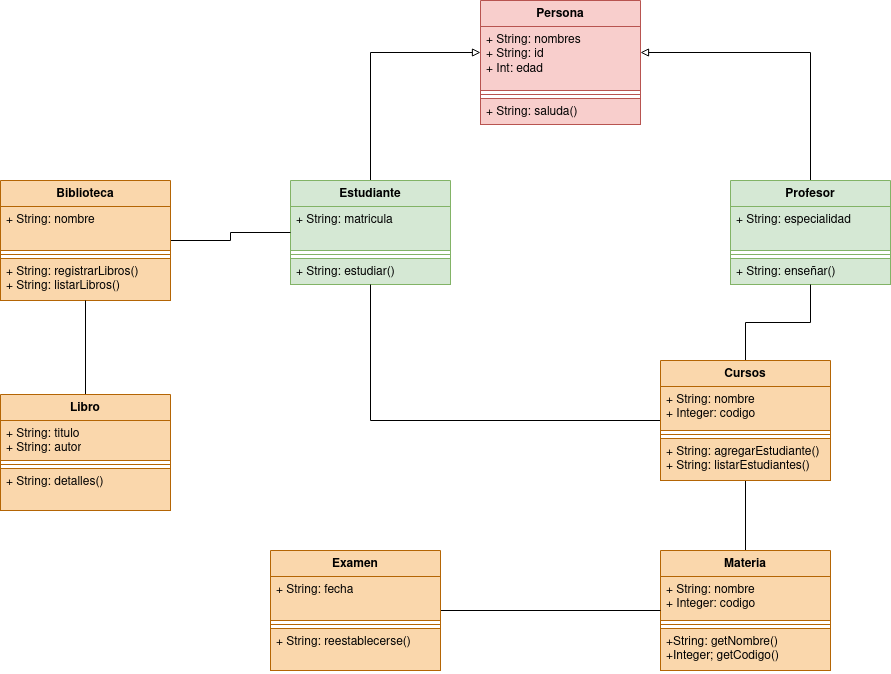
Earlier version of the draw.io export imagenes/diagrama-clases.png (alejandrosalazargonzalez/gestion-academica). Source tidied: cells renumbered, new cells last; positions are measured from the earlier drawing's top-left corner, leaving out a move shared by most shapes. Source of this version:
```xml
<mxGraphModel>
  <root>
    <mxCell id="0" />
    <mxCell id="1" parent="0" />
    <mxCell id="2" value="Persona" style="swimlane;fontStyle=1;align=center;verticalAlign=top;horizontal=1;startSize=26;whiteSpace=wrap;html=1;fillColor=#f8cecc;strokeColor=#b85450;" parent="1" vertex="1">
      <mxGeometry x="480" width="160" height="124" as="geometry" />
    </mxCell>
    <mxCell id="3" value="&lt;div&gt;+ String: nombres&lt;/div&gt;&lt;div&gt;+ String: id&lt;br&gt;&lt;/div&gt;&lt;div&gt;+ Int: edad&lt;br&gt;&lt;/div&gt;" style="text;strokeColor=#b85450;fillColor=#f8cecc;align=left;verticalAlign=top;spacingLeft=4;spacingRight=4;overflow=hidden;whiteSpace=wrap;html=1;" parent="2" vertex="1">
      <mxGeometry y="26" width="160" height="64" as="geometry" />
    </mxCell>
    <mxCell id="4" style="line;strokeWidth=1;fillColor=#f8cecc;align=left;verticalAlign=middle;spacingTop=-1;spacingLeft=3;spacingRight=3;labelPosition=right;strokeColor=#b85450;" parent="2" vertex="1">
      <mxGeometry y="90" width="160" height="8" as="geometry" />
    </mxCell>
    <mxCell id="5" value="+ String: saluda()" style="text;strokeColor=#b85450;fillColor=#f8cecc;align=left;verticalAlign=top;spacingLeft=4;spacingRight=4;overflow=hidden;whiteSpace=wrap;html=1;" parent="2" vertex="1">
      <mxGeometry y="98" width="160" height="26" as="geometry" />
    </mxCell>
    <mxCell id="6" style="edgeStyle=orthogonalEdgeStyle;rounded=0;jettySize=auto;html=1;endArrow=block;endFill=0;strokeWidth=1;" parent="1" edge="1" source="7" target="2">
      <mxGeometry relative="1" as="geometry">
        <Array as="points">
          <mxPoint x="370" y="52" />
        </Array>
      </mxGeometry>
    </mxCell>
    <mxCell id="7" value="Estudiante" style="swimlane;fontStyle=1;align=center;verticalAlign=top;horizontal=1;startSize=26;whiteSpace=wrap;html=1;fillColor=#d5e8d4;strokeColor=#82b366;" parent="1" vertex="1">
      <mxGeometry x="290" y="180" width="160" height="104" as="geometry" />
    </mxCell>
    <mxCell id="8" value="&lt;div&gt;+ String: matricula&lt;br&gt;&lt;/div&gt;" style="text;strokeColor=#82b366;fillColor=#d5e8d4;align=left;verticalAlign=top;spacingLeft=4;spacingRight=4;overflow=hidden;whiteSpace=wrap;html=1;" parent="7" vertex="1">
      <mxGeometry y="26" width="160" height="44" as="geometry" />
    </mxCell>
    <mxCell id="9" style="line;strokeWidth=1;fillColor=#d5e8d4;align=left;verticalAlign=middle;spacingTop=-1;spacingLeft=3;spacingRight=3;labelPosition=right;strokeColor=#82b366;" parent="7" vertex="1">
      <mxGeometry y="70" width="160" height="8" as="geometry" />
    </mxCell>
    <mxCell id="10" value="+ String: estudiar()" style="text;strokeColor=#82b366;fillColor=#d5e8d4;align=left;verticalAlign=top;spacingLeft=4;spacingRight=4;overflow=hidden;whiteSpace=wrap;html=1;" parent="7" vertex="1">
      <mxGeometry y="78" width="160" height="26" as="geometry" />
    </mxCell>
    <mxCell id="11" style="edgeStyle=orthogonalEdgeStyle;rounded=0;jettySize=auto;html=1;endArrow=block;endFill=0;" parent="1" edge="1" source="12" target="2">
      <mxGeometry relative="1" as="geometry">
        <Array as="points">
          <mxPoint x="810" y="52" />
        </Array>
      </mxGeometry>
    </mxCell>
    <mxCell id="12" value="Profesor" style="swimlane;fontStyle=1;align=center;verticalAlign=top;horizontal=1;startSize=26;whiteSpace=wrap;html=1;fillColor=#d5e8d4;strokeColor=#82b366;" parent="1" vertex="1">
      <mxGeometry x="730" y="180" width="160" height="104" as="geometry" />
    </mxCell>
    <mxCell id="13" value="&lt;div&gt;+ String: especialidad&lt;/div&gt;&lt;div&gt;&lt;br&gt;&lt;/div&gt;" style="text;strokeColor=#82b366;fillColor=#d5e8d4;align=left;verticalAlign=top;spacingLeft=4;spacingRight=4;overflow=hidden;whiteSpace=wrap;html=1;" parent="12" vertex="1">
      <mxGeometry y="26" width="160" height="44" as="geometry" />
    </mxCell>
    <mxCell id="14" style="line;strokeWidth=1;fillColor=#d5e8d4;align=left;verticalAlign=middle;spacingTop=-1;spacingLeft=3;spacingRight=3;labelPosition=right;strokeColor=#82b366;" parent="12" vertex="1">
      <mxGeometry y="70" width="160" height="8" as="geometry" />
    </mxCell>
    <mxCell id="15" value="+ String: enseñar()" style="text;strokeColor=#82b366;fillColor=#d5e8d4;align=left;verticalAlign=top;spacingLeft=4;spacingRight=4;overflow=hidden;whiteSpace=wrap;html=1;" parent="12" vertex="1">
      <mxGeometry y="78" width="160" height="26" as="geometry" />
    </mxCell>
    <mxCell id="16" style="edgeStyle=orthogonalEdgeStyle;rounded=0;jettySize=auto;html=1;endArrow=none;endFill=0;" parent="1" edge="1" source="19" target="23">
      <mxGeometry relative="1" as="geometry" />
    </mxCell>
    <mxCell id="17" style="edgeStyle=orthogonalEdgeStyle;rounded=0;jettySize=auto;html=1;endArrow=none;endFill=0;" parent="1" edge="1" source="19" target="12">
      <mxGeometry relative="1" as="geometry" />
    </mxCell>
    <mxCell id="18" style="edgeStyle=orthogonalEdgeStyle;rounded=0;jettySize=auto;html=1;endArrow=none;endFill=0;" parent="1" edge="1" source="19" target="7">
      <mxGeometry relative="1" as="geometry" />
    </mxCell>
    <mxCell id="19" value="Cursos" style="swimlane;fontStyle=1;align=center;verticalAlign=top;horizontal=1;startSize=26;whiteSpace=wrap;html=1;fillColor=#fad7ac;strokeColor=#b46504;" parent="1" vertex="1">
      <mxGeometry x="660" y="360" width="170" height="120" as="geometry" />
    </mxCell>
    <mxCell id="20" value="&lt;div&gt;+ String: nombre&lt;br&gt;&lt;/div&gt;&lt;div&gt;+ Integer: codigo&lt;/div&gt;" style="text;strokeColor=#b46504;fillColor=#fad7ac;align=left;verticalAlign=top;spacingLeft=4;spacingRight=4;overflow=hidden;whiteSpace=wrap;html=1;" parent="19" vertex="1">
      <mxGeometry y="26" width="170" height="44" as="geometry" />
    </mxCell>
    <mxCell id="21" style="line;strokeWidth=1;fillColor=#fad7ac;align=left;verticalAlign=middle;spacingTop=-1;spacingLeft=3;spacingRight=3;labelPosition=right;strokeColor=#b46504;" parent="19" vertex="1">
      <mxGeometry y="70" width="170" height="8" as="geometry" />
    </mxCell>
    <mxCell id="22" value="+ String: agregarEstudiante()&lt;div&gt;+ String: listarEstudiantes()&lt;/div&gt;" style="text;strokeColor=#b46504;fillColor=#fad7ac;align=left;verticalAlign=top;spacingLeft=4;spacingRight=4;overflow=hidden;whiteSpace=wrap;html=1;" parent="19" vertex="1">
      <mxGeometry y="78" width="170" height="42" as="geometry" />
    </mxCell>
    <mxCell id="23" value="Materia" style="swimlane;fontStyle=1;align=center;verticalAlign=top;horizontal=1;startSize=26;whiteSpace=wrap;html=1;fillColor=#fad7ac;strokeColor=#b46504;" parent="1" vertex="1">
      <mxGeometry x="660" y="550" width="170" height="120" as="geometry" />
    </mxCell>
    <mxCell id="24" value="&lt;div&gt;+ String: nombre&lt;br&gt;&lt;/div&gt;&lt;div&gt;+ Integer: codigo&lt;/div&gt;" style="text;strokeColor=#b46504;fillColor=#fad7ac;align=left;verticalAlign=top;spacingLeft=4;spacingRight=4;overflow=hidden;whiteSpace=wrap;html=1;" parent="23" vertex="1">
      <mxGeometry y="26" width="170" height="44" as="geometry" />
    </mxCell>
    <mxCell id="25" style="line;strokeWidth=1;fillColor=#fad7ac;align=left;verticalAlign=middle;spacingTop=-1;spacingLeft=3;spacingRight=3;labelPosition=right;strokeColor=#b46504;" parent="23" vertex="1">
      <mxGeometry y="70" width="170" height="8" as="geometry" />
    </mxCell>
    <mxCell id="26" value="+String: getNombre()&lt;div&gt;+Integer; getCodigo()&lt;/div&gt;" style="text;strokeColor=#b46504;fillColor=#fad7ac;align=left;verticalAlign=top;spacingLeft=4;spacingRight=4;overflow=hidden;whiteSpace=wrap;html=1;" parent="23" vertex="1">
      <mxGeometry y="78" width="170" height="42" as="geometry" />
    </mxCell>
    <mxCell id="27" style="edgeStyle=orthogonalEdgeStyle;rounded=0;jettySize=auto;html=1;endArrow=none;endFill=0;" parent="1" edge="1" source="28" target="23">
      <mxGeometry relative="1" as="geometry" />
    </mxCell>
    <mxCell id="28" value="Examen" style="swimlane;fontStyle=1;align=center;verticalAlign=top;horizontal=1;startSize=26;whiteSpace=wrap;html=1;fillColor=#fad7ac;strokeColor=#b46504;" parent="1" vertex="1">
      <mxGeometry x="270" y="550" width="170" height="120" as="geometry" />
    </mxCell>
    <mxCell id="29" value="&lt;div&gt;+ String: fecha&lt;/div&gt;" style="text;strokeColor=#b46504;fillColor=#fad7ac;align=left;verticalAlign=top;spacingLeft=4;spacingRight=4;overflow=hidden;whiteSpace=wrap;html=1;" parent="28" vertex="1">
      <mxGeometry y="26" width="170" height="44" as="geometry" />
    </mxCell>
    <mxCell id="30" style="line;strokeWidth=1;fillColor=#fad7ac;align=left;verticalAlign=middle;spacingTop=-1;spacingLeft=3;spacingRight=3;labelPosition=right;strokeColor=#b46504;" parent="28" vertex="1">
      <mxGeometry y="70" width="170" height="8" as="geometry" />
    </mxCell>
    <mxCell id="31" value="+ String: reestablecerse()" style="text;strokeColor=#b46504;fillColor=#fad7ac;align=left;verticalAlign=top;spacingLeft=4;spacingRight=4;overflow=hidden;whiteSpace=wrap;html=1;" parent="28" vertex="1">
      <mxGeometry y="78" width="170" height="42" as="geometry" />
    </mxCell>
    <mxCell id="32" style="edgeStyle=orthogonalEdgeStyle;rounded=0;jettySize=auto;html=1;endArrow=none;endFill=0;" parent="1" edge="1" source="33" target="7">
      <mxGeometry relative="1" as="geometry" />
    </mxCell>
    <mxCell id="33" value="Biblioteca" style="swimlane;fontStyle=1;align=center;verticalAlign=top;horizontal=1;startSize=26;whiteSpace=wrap;html=1;fillColor=#fad7ac;strokeColor=#b46504;" parent="1" vertex="1">
      <mxGeometry y="180" width="170" height="120" as="geometry" />
    </mxCell>
    <mxCell id="34" value="&lt;div&gt;+ String: nombre&lt;/div&gt;" style="text;strokeColor=#b46504;fillColor=#fad7ac;align=left;verticalAlign=top;spacingLeft=4;spacingRight=4;overflow=hidden;whiteSpace=wrap;html=1;" parent="33" vertex="1">
      <mxGeometry y="26" width="170" height="44" as="geometry" />
    </mxCell>
    <mxCell id="35" style="line;strokeWidth=1;fillColor=#fad7ac;align=left;verticalAlign=middle;spacingTop=-1;spacingLeft=3;spacingRight=3;labelPosition=right;strokeColor=#b46504;" parent="33" vertex="1">
      <mxGeometry y="70" width="170" height="8" as="geometry" />
    </mxCell>
    <mxCell id="36" value="+ String: registrarLibros()&lt;div&gt;+ String: listarLibros()&lt;/div&gt;" style="text;strokeColor=#b46504;fillColor=#fad7ac;align=left;verticalAlign=top;spacingLeft=4;spacingRight=4;overflow=hidden;whiteSpace=wrap;html=1;" parent="33" vertex="1">
      <mxGeometry y="78" width="170" height="42" as="geometry" />
    </mxCell>
    <mxCell id="37" style="edgeStyle=orthogonalEdgeStyle;rounded=0;jettySize=auto;html=1;endArrow=none;endFill=0;" parent="1" edge="1" source="38" target="33">
      <mxGeometry relative="1" as="geometry" />
    </mxCell>
    <mxCell id="38" value="Libro" style="swimlane;fontStyle=1;align=center;verticalAlign=top;horizontal=1;startSize=26;whiteSpace=wrap;html=1;fillColor=#fad7ac;strokeColor=#b46504;" parent="1" vertex="1">
      <mxGeometry y="394" width="170" height="116" as="geometry" />
    </mxCell>
    <mxCell id="39" value="&lt;div&gt;+ String: titulo&lt;br&gt;&lt;/div&gt;&lt;div&gt;+ String: autor&lt;/div&gt;" style="text;strokeColor=#b46504;fillColor=#fad7ac;align=left;verticalAlign=top;spacingLeft=4;spacingRight=4;overflow=hidden;whiteSpace=wrap;html=1;" parent="38" vertex="1">
      <mxGeometry y="26" width="170" height="40" as="geometry" />
    </mxCell>
    <mxCell id="40" style="line;strokeWidth=1;fillColor=#fad7ac;align=left;verticalAlign=middle;spacingTop=-1;spacingLeft=3;spacingRight=3;labelPosition=right;strokeColor=#b46504;" parent="38" vertex="1">
      <mxGeometry y="66" width="170" height="8" as="geometry" />
    </mxCell>
    <mxCell id="41" value="+ String: detalles()" style="text;strokeColor=#b46504;fillColor=#fad7ac;align=left;verticalAlign=top;spacingLeft=4;spacingRight=4;overflow=hidden;whiteSpace=wrap;html=1;" parent="38" vertex="1">
      <mxGeometry y="74" width="170" height="42" as="geometry" />
    </mxCell>
  </root>
</mxGraphModel>
```
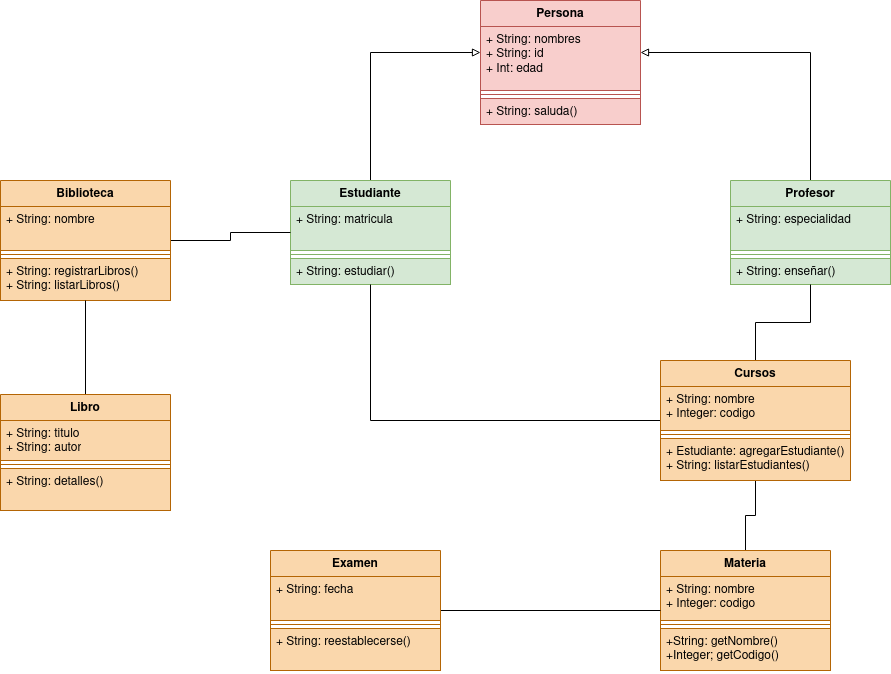
After the commit.

What changed in the source:
```diff
@@ -62,16 +62,16 @@
       <mxGeometry relative="1" as="geometry" />
     </mxCell>
     <mxCell id="19" value="Cursos" style="swimlane;fontStyle=1;align=center;verticalAlign=top;horizontal=1;startSize=26;whiteSpace=wrap;html=1;fillColor=#fad7ac;strokeColor=#b46504;" parent="1" vertex="1">
-      <mxGeometry x="660" y="360" width="170" height="120" as="geometry" />
+      <mxGeometry x="660" y="360" width="190" height="120" as="geometry" />
     </mxCell>
     <mxCell id="20" value="&lt;div&gt;+ String: nombre&lt;br&gt;&lt;/div&gt;&lt;div&gt;+ Integer: codigo&lt;/div&gt;" style="text;strokeColor=#b46504;fillColor=#fad7ac;align=left;verticalAlign=top;spacingLeft=4;spacingRight=4;overflow=hidden;whiteSpace=wrap;html=1;" parent="19" vertex="1">
-      <mxGeometry y="26" width="170" height="44" as="geometry" />
+      <mxGeometry y="26" width="190" height="44" as="geometry" />
     </mxCell>
     <mxCell id="21" style="line;strokeWidth=1;fillColor=#fad7ac;align=left;verticalAlign=middle;spacingTop=-1;spacingLeft=3;spacingRight=3;labelPosition=right;strokeColor=#b46504;" parent="19" vertex="1">
-      <mxGeometry y="70" width="170" height="8" as="geometry" />
+      <mxGeometry y="70" width="190" height="8" as="geometry" />
     </mxCell>
-    <mxCell id="22" value="+ String: agregarEstudiante()&lt;div&gt;+ String: listarEstudiantes()&lt;/div&gt;" style="text;strokeColor=#b46504;fillColor=#fad7ac;align=left;verticalAlign=top;spacingLeft=4;spacingRight=4;overflow=hidden;whiteSpace=wrap;html=1;" parent="19" vertex="1">
-      <mxGeometry y="78" width="170" height="42" as="geometry" />
+    <mxCell id="22" value="+ Estudiante: agregarEstudiante()&lt;div&gt;+ String: listarEstudiantes()&lt;/div&gt;" style="text;strokeColor=#b46504;fillColor=#fad7ac;align=left;verticalAlign=top;spacingLeft=4;spacingRight=4;overflow=hidden;whiteSpace=wrap;html=1;" parent="19" vertex="1">
+      <mxGeometry y="78" width="190" height="42" as="geometry" />
     </mxCell>
     <mxCell id="23" value="Materia" style="swimlane;fontStyle=1;align=center;verticalAlign=top;horizontal=1;startSize=26;whiteSpace=wrap;html=1;fillColor=#fad7ac;strokeColor=#b46504;" parent="1" vertex="1">
       <mxGeometry x="660" y="550" width="170" height="120" as="geometry" />
```
